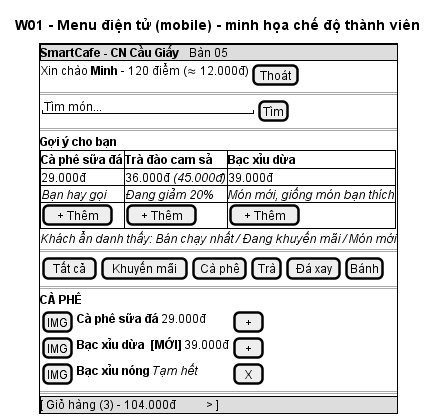
Before: 1.Bao_cao/Thiet_ke_he_thong/diagrams/png/IV_ui_w01_qr_menu.png, a diagram exported from PlantUML (thanhbinh0493/smartcafe). Its diagram source:
```plantuml
@startsalt IV_ui_w01_qr_menu
title W01 - Menu điện tử (mobile) - minh họa chế độ thành viên
{+
  {* <b>SmartCafe - CN Cầu Giấy | Bàn 05 }
  { Xin chào <b>Minh</b> - 120 điểm (≈ 12.000đ) | [Thoát] }
  ==
  { "Tìm món...                " | [Tìm] }
  ==
  <b>Gợi ý cho bạn
  {#
    <b>Cà phê sữa đá | <b>Trà đào cam sả | <b>Bạc xỉu dừa
    29.000đ | 36.000đ <i>(45.000đ) | 39.000đ
    <i>Bạn hay gọi | <i>Đang giảm 20% | <i>Món mới, giống món bạn thích
    [ + Thêm ] | [ + Thêm ] | [ + Thêm ]
  }
  <i>Khách ẩn danh thấy: Bán chạy nhất / Đang khuyến mãi / Món mới
  ==
  { [Tất cả] | [Khuyến mãi] | [Cà phê] | [Trà] | [Đá xay] | [Bánh] }
  ==
  <b>CÀ PHÊ
  {
    [IMG] | { <b>Cà phê sữa đá | 29.000đ } | [ + ]
    [IMG] | { <b>Bạc xỉu dừa  [MỚI] | 39.000đ } | [ + ]
    [IMG] | { <b>Bạc xỉu nóng | <i>Tạm hết } | [ X ]
  }
  ==
  {* [ Giỏ hàng (3) - 104.000đ          > ] }
}
@endsalt
```
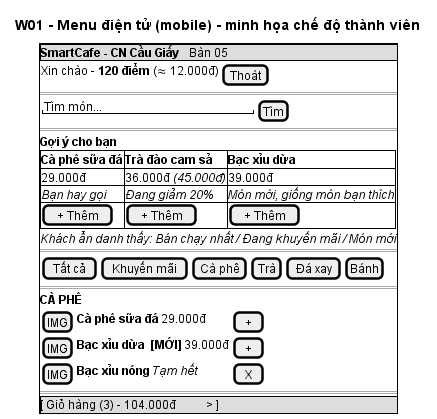
The same diagram one commit later.

Diff of the diagram source:
```diff
@@ -2,7 +2,7 @@
 title W01 - Menu điện tử (mobile) - minh họa chế độ thành viên
 {+
   {* <b>SmartCafe - CN Cầu Giấy | Bàn 05 }
-  { Xin chào <b>Minh</b> - 120 điểm (≈ 12.000đ) | [Thoát] }
+  { Xin chào - <b>120 điểm</b> (≈ 12.000đ) | [Thoát] }
   ==
   { "Tìm món...                " | [Tìm] }
   ==
```
